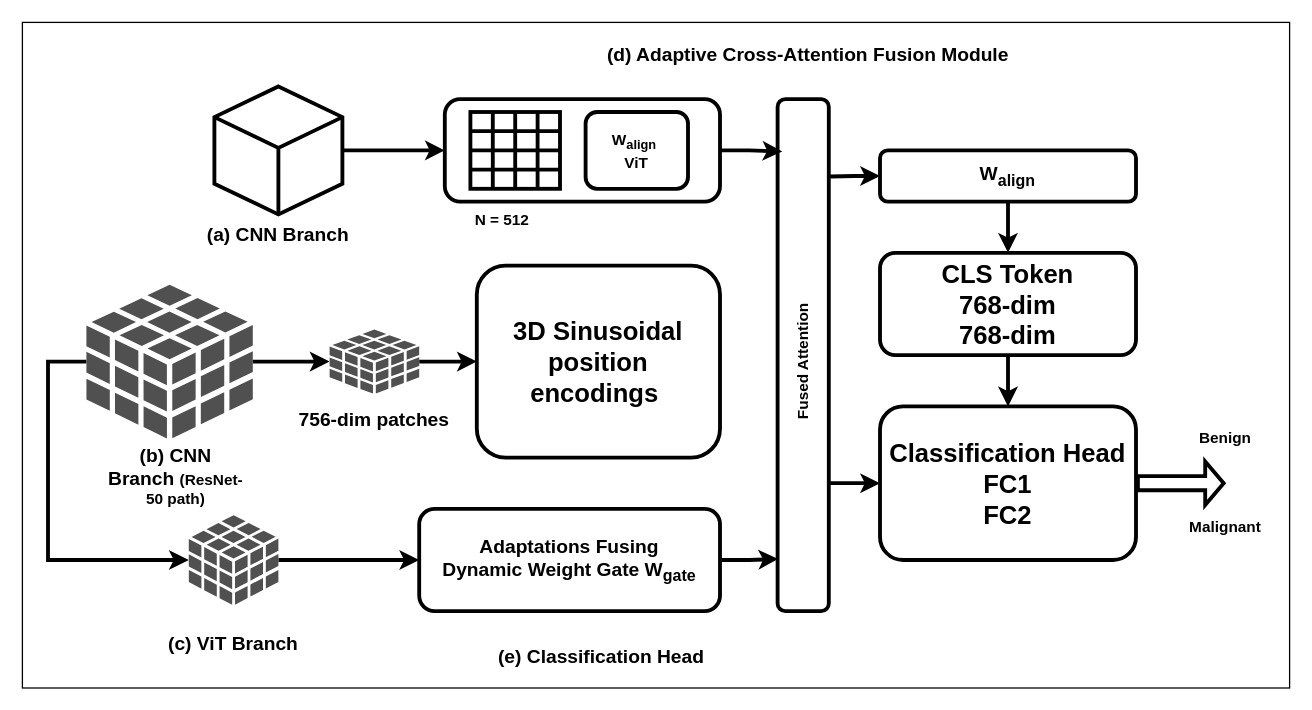
This is Pulmonet.drawio from vinayak-k24/DrawIO, a draw.io file, before an edit. Source tidied: cells renumbered, new cells numbered last; positions are measured from the earlier drawing's top-left corner, leaving out a move shared by most shapes. Both pictures are drawn from the tidied source at 128%, with x=0, y=0 at pixel (22, 22).
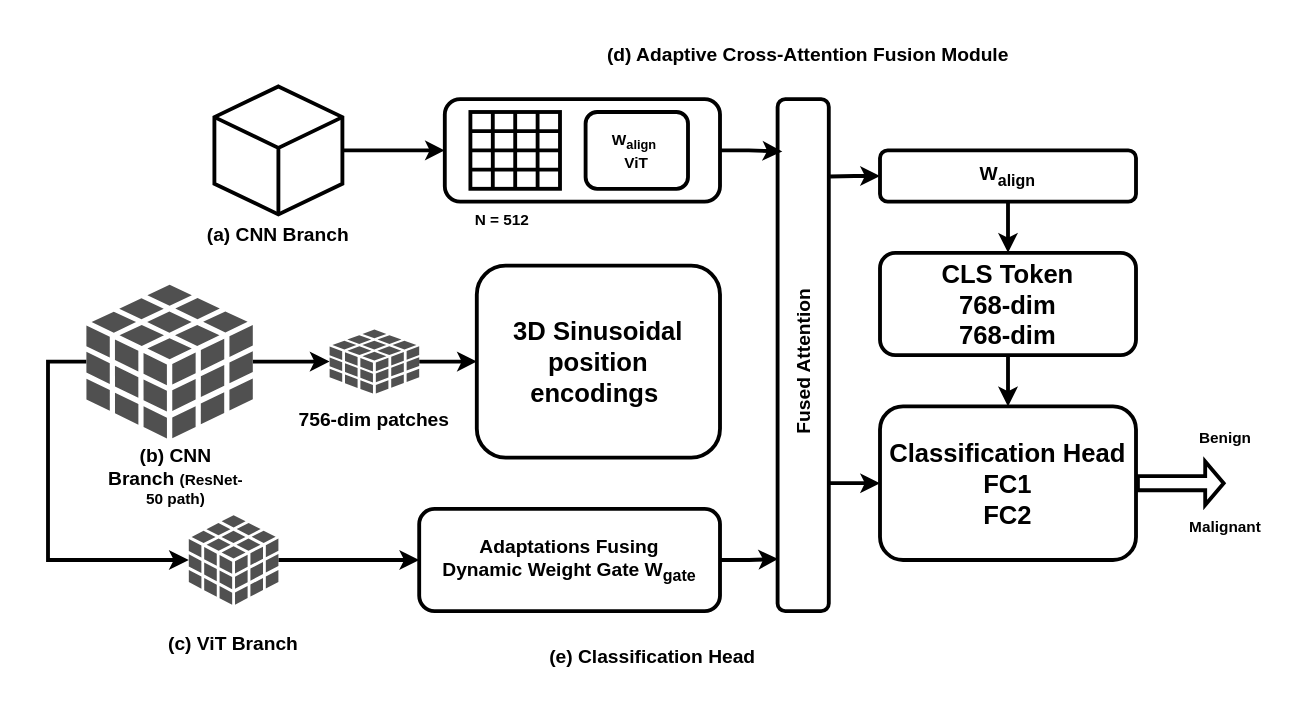
After the change.

What changed in the source:
```diff
@@
-    <mxCell id="2" style="rounded=0;whiteSpace=wrap;html=1;" parent="1" vertex="1">
+    <mxCell id="2" style="rounded=0;whiteSpace=wrap;html=1;strokeColor=none;" parent="1" vertex="1">
       <mxGeometry width="990" height="520" as="geometry" />
     </mxCell>
@@
     <mxCell id="40" value="&lt;font style=&quot;font-size: 15px;&quot;&gt;(e)&amp;nbsp;Classification Head&lt;/font&gt;" style="text;html=1;whiteSpace=wrap;strokeColor=none;fillColor=none;align=center;verticalAlign=middle;rounded=0;fontStyle=1;strokeWidth=3;" parent="1" vertex="1">
-      <mxGeometry x="360" y="480" width="185" height="30" as="geometry" />
+      <mxGeometry x="400" y="480" width="185" height="30" as="geometry" />
     </mxCell>
-    <mxCell id="41" value="Fused Attention" style="text;html=1;whiteSpace=wrap;strokeColor=none;fillColor=none;align=center;verticalAlign=middle;rounded=0;horizontal=0;fontStyle=1;strokeWidth=3;" parent="1" vertex="1">
+    <mxCell id="41" value="&lt;font style=&quot;font-size: 15px;&quot;&gt;Fused Attention&lt;/font&gt;" style="text;html=1;whiteSpace=wrap;strokeColor=none;fillColor=none;align=center;verticalAlign=middle;rounded=0;horizontal=0;fontStyle=1;strokeWidth=3;" parent="1" vertex="1">
       <mxGeometry x="590" y="130" width="40" height="270" as="geometry" />
     </mxCell>
```
